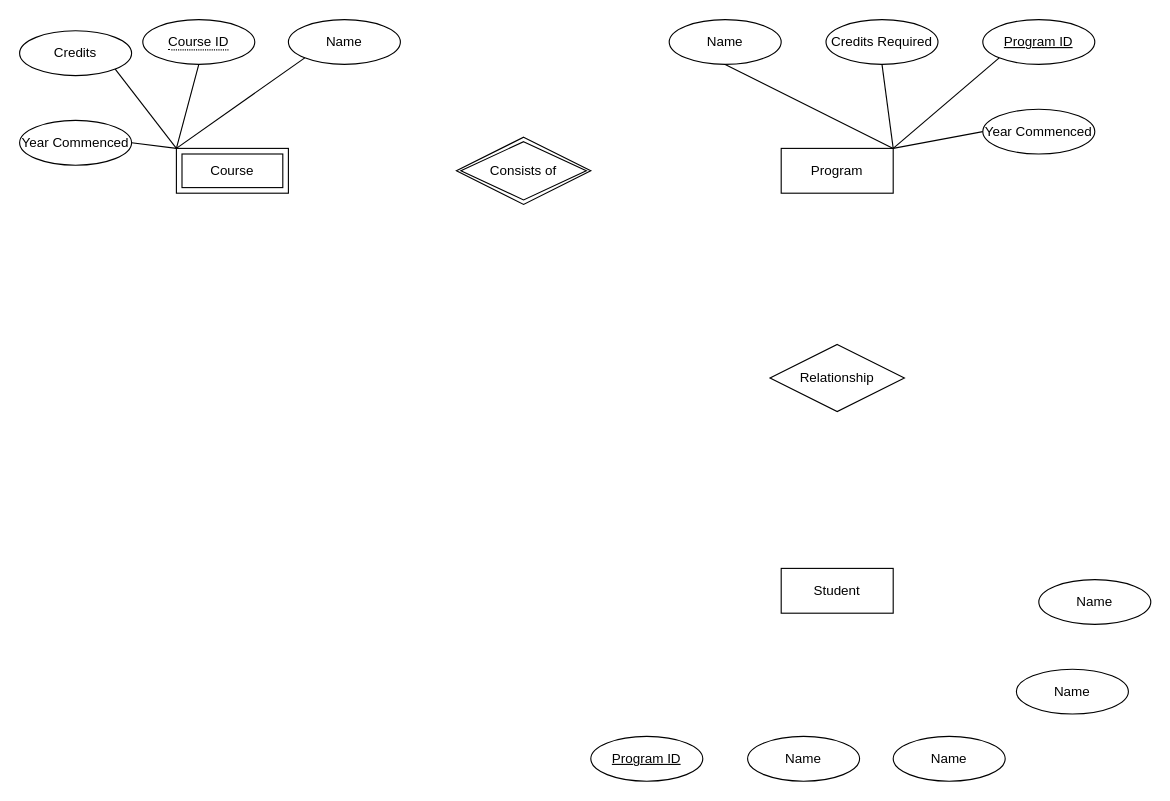
patrick-doumont/ermodeling keeps this draw.io diagram as the_university_database.drawio. Above is the earlier version. Source tidied: cells renumbered, new cells numbered last; positions are measured from the earlier drawing's top-left corner, leaving out a move shared by most shapes. Both pictures are drawn from the tidied source at 112%, with x=0, y=0 at pixel (19, 19).
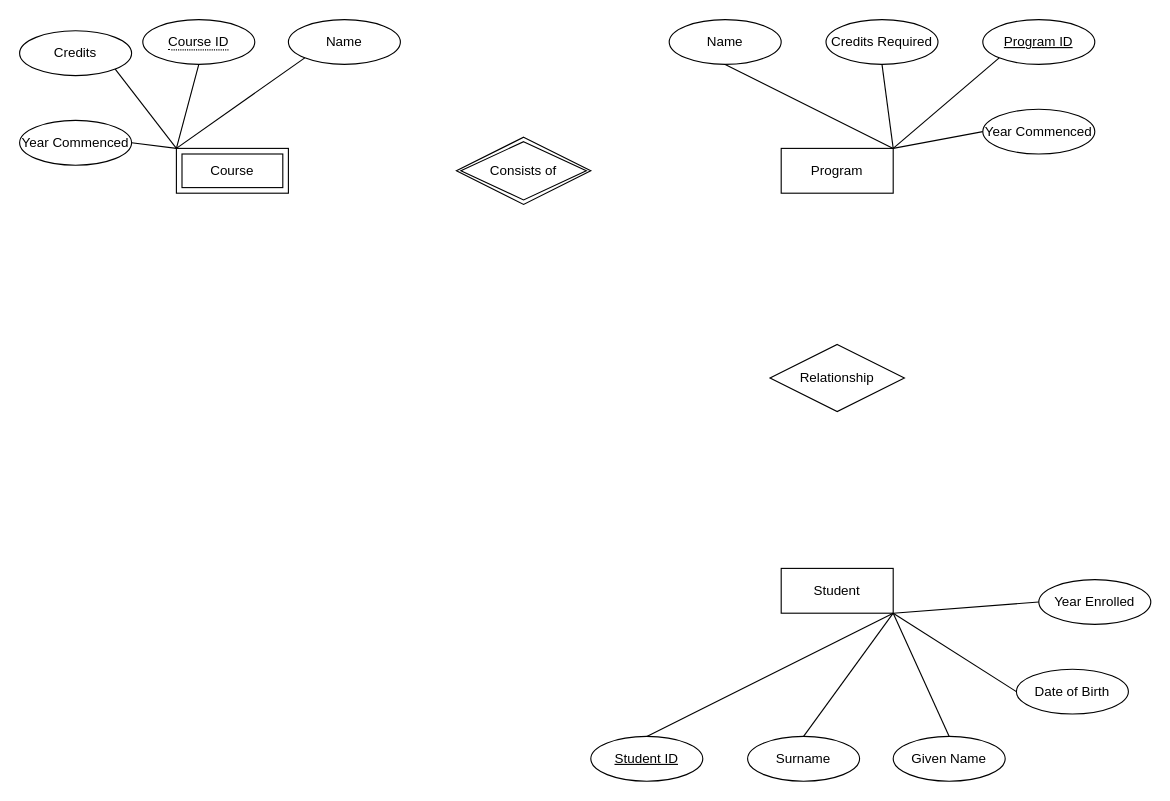
Above is the later version.

The change refers to these unchanged cells:
```xml
<mxCell id="2" value="Student" style="whiteSpace=wrap;html=1;align=center;" parent="1" vertex="1">
  <mxGeometry x="680" y="490" width="100" height="40" as="geometry" />
</mxCell>
```

Diff of the diagram source:
```diff
@@
-    <mxCell id="23" value="Program ID" style="ellipse;whiteSpace=wrap;html=1;align=center;fontStyle=4;" parent="1" vertex="1">
+    <mxCell id="23" value="Student ID" style="ellipse;whiteSpace=wrap;html=1;align=center;fontStyle=4;" parent="1" vertex="1">
       <mxGeometry x="510" y="640" width="100" height="40" as="geometry" />
     </mxCell>
-    <mxCell id="24" value="Name" style="ellipse;whiteSpace=wrap;html=1;align=center;" parent="1" vertex="1">
+    <mxCell id="24" value="Surname" style="ellipse;whiteSpace=wrap;html=1;align=center;" parent="1" vertex="1">
       <mxGeometry x="650" y="640" width="100" height="40" as="geometry" />
     </mxCell>
-    <mxCell id="25" value="Name" style="ellipse;whiteSpace=wrap;html=1;align=center;" parent="1" vertex="1">
+    <mxCell id="25" value="Given Name" style="ellipse;whiteSpace=wrap;html=1;align=center;" parent="1" vertex="1">
       <mxGeometry x="780" y="640" width="100" height="40" as="geometry" />
     </mxCell>
-    <mxCell id="26" value="Name" style="ellipse;whiteSpace=wrap;html=1;align=center;" parent="1" vertex="1">
+    <mxCell id="26" value="Date of Birth" style="ellipse;whiteSpace=wrap;html=1;align=center;" parent="1" vertex="1">
       <mxGeometry x="890" y="580" width="100" height="40" as="geometry" />
     </mxCell>
-    <mxCell id="27" value="Name" style="ellipse;whiteSpace=wrap;html=1;align=center;" parent="1" vertex="1">
+    <mxCell id="27" value="Year Enrolled" style="ellipse;whiteSpace=wrap;html=1;align=center;" parent="1" vertex="1">
       <mxGeometry x="910" y="500" width="100" height="40" as="geometry" />
     </mxCell>
+    <mxCell id="28" style="endArrow=none;html=1;rounded=0;exitX=1;exitY=1;exitDx=0;exitDy=0;entryX=0.5;entryY=0;entryDx=0;entryDy=0;" parent="1" edge="1" source="2" target="23">
+      <mxGeometry relative="1" as="geometry" />
+    </mxCell>
+    <mxCell id="29" style="endArrow=none;html=1;rounded=0;exitX=1;exitY=1;exitDx=0;exitDy=0;entryX=0.5;entryY=0;entryDx=0;entryDy=0;" parent="1" edge="1" source="2" target="24">
+      <mxGeometry relative="1" as="geometry" />
+    </mxCell>
+    <mxCell id="30" style="endArrow=none;html=1;rounded=0;exitX=1;exitY=1;exitDx=0;exitDy=0;entryX=0;entryY=0.5;entryDx=0;entryDy=0;" parent="1" edge="1" source="2" target="27">
+      <mxGeometry relative="1" as="geometry" />
+    </mxCell>
+    <mxCell id="31" style="endArrow=none;html=1;rounded=0;exitX=1;exitY=1;exitDx=0;exitDy=0;entryX=0.5;entryY=0;entryDx=0;entryDy=0;" parent="1" edge="1" source="2" target="25">
+      <mxGeometry relative="1" as="geometry" />
+    </mxCell>
+    <mxCell id="32" style="endArrow=none;html=1;rounded=0;exitX=1;exitY=1;exitDx=0;exitDy=0;entryX=0;entryY=0.5;entryDx=0;entryDy=0;" parent="1" edge="1" source="2" target="26">
+      <mxGeometry relative="1" as="geometry" />
+    </mxCell>
```
